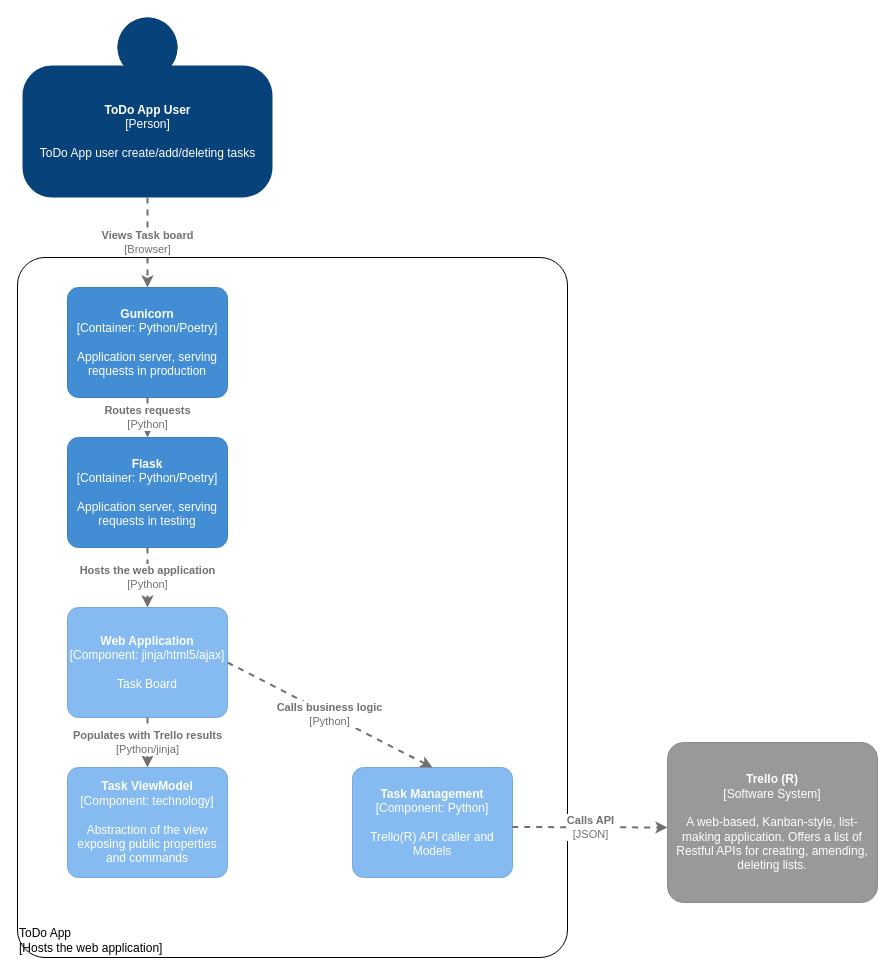
Before: page "Component" (3 of 4) of C4-Architecture-diagram.drawio in gmoraita/DevOps-Course-Starter, a draw.io diagram. Source tidied: cells renumbered, new cells numbered last; positions are measured from the earlier drawing's top-left corner, leaving out a move shared by most shapes. Both pictures are drawn from the tidied source at 100%, with x=0, y=0 at pixel (17, 17).
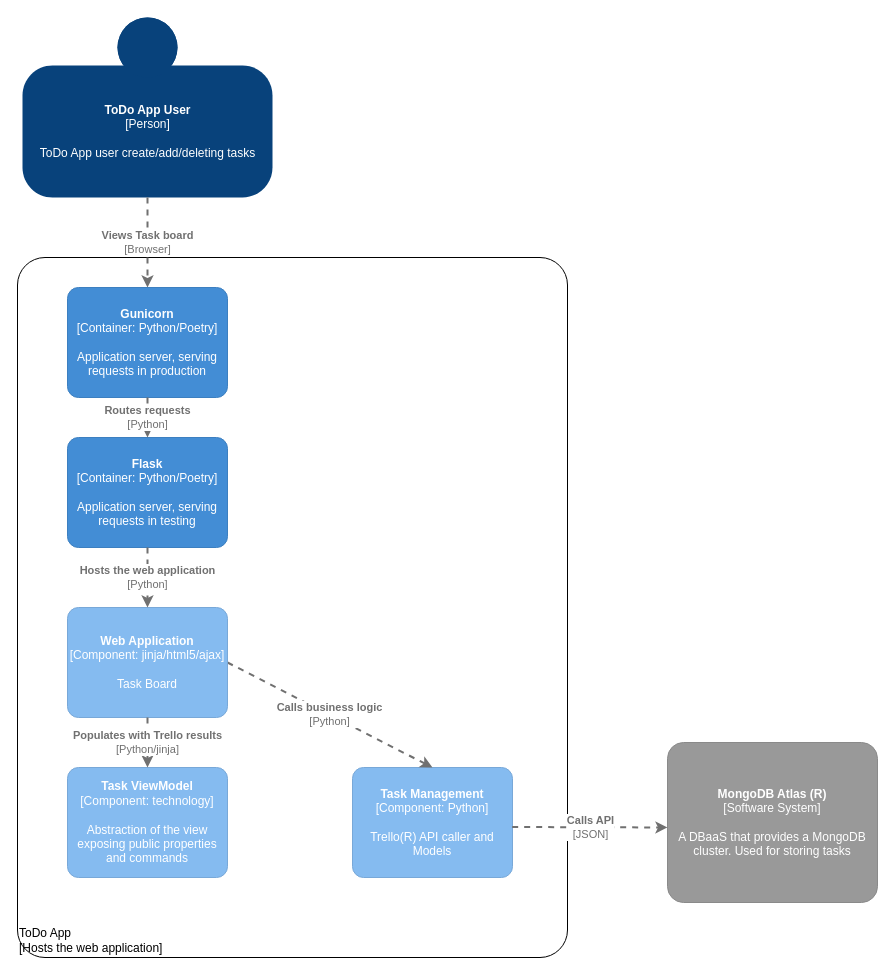
The same diagram, later.

The edit, as a diff of the source:
```diff
@@
-    <object id="3" label="&lt;b&gt;%c4Name%&lt;/b&gt;&lt;div&gt;[%c4Type%]&lt;/div&gt;&lt;br&gt;&lt;div&gt;%c4Description%&lt;/div&gt;" c4Description="A web-based, Kanban-style, list-making application. Offers a list of Restful APIs for creating, amending, deleting lists." c4Name="Trello (R)" c4Type="Software System" placeholders="1">
+    <object id="3" label="&lt;b&gt;%c4Name%&lt;/b&gt;&lt;div&gt;[%c4Type%]&lt;/div&gt;&lt;br&gt;&lt;div&gt;%c4Description%&lt;/div&gt;" c4Description="A DBaaS that provides a MongoDB cluster. Used for storing tasks" c4Name="MongoDB Atlas (R)" c4Type="Software System" placeholders="1">
       <mxCell style="rounded=1;whiteSpace=wrap;html=1;labelBackgroundColor=none;fillColor=#999999;fontColor=#ffffff;align=center;arcSize=10;strokeColor=#8A8A8A;metaData={&quot;c4Type&quot;:{&quot;editable&quot;:false}};points=[[0.25,0,0],[0.5,0,0],[0.75,0,0],[1,0.25,0],[1,0.5,0],[1,0.75,0],[0.75,1,0],[0.5,1,0],[0.25,1,0],[0,0.75,0],[0,0.5,0],[0,0.25,0]];" parent="1" vertex="1">
         <mxGeometry x="650" y="725" width="210" height="160" as="geometry" />
       </mxCell>
     </object>
```
